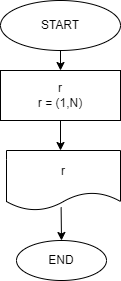
Veronika1488/Drow keeps this draw.io diagram as D.drawio.png. Above is the earlier version. Source tidied: cells renumbered, new cells last; positions are measured from the earlier drawing's top-left corner, leaving out a move shared by most shapes. Its diagram source:
```xml
<mxGraphModel>
  <root>
    <mxCell id="0" />
    <mxCell id="1" parent="0" />
    <mxCell id="2" style="edgeStyle=none;html=1;exitX=0.5;exitY=1;exitDx=0;exitDy=0;entryX=0.5;entryY=0;entryDx=0;entryDy=0;" parent="1" edge="1" source="3" target="7">
      <mxGeometry relative="1" as="geometry" />
    </mxCell>
    <mxCell id="3" value="START" style="ellipse;whiteSpace=wrap;html=1;" parent="1" vertex="1">
      <mxGeometry width="120" height="50" as="geometry" />
    </mxCell>
    <mxCell id="4" value="END" style="ellipse;whiteSpace=wrap;html=1;" parent="1" vertex="1">
      <mxGeometry x="16" y="240" width="90" height="40" as="geometry" />
    </mxCell>
    <mxCell id="5" value="r" style="shape=document;whiteSpace=wrap;html=1;boundedLbl=1;" parent="1" vertex="1">
      <mxGeometry x="6" y="150" width="114" height="60" as="geometry" />
    </mxCell>
    <mxCell id="6" style="edgeStyle=none;html=1;exitX=0.5;exitY=1;exitDx=0;exitDy=0;" parent="1" edge="1" source="7">
      <mxGeometry relative="1" as="geometry">
        <mxPoint x="60" y="150" as="targetPoint" />
      </mxGeometry>
    </mxCell>
    <mxCell id="7" value="r&lt;br&gt;r = (1,N)" style="rounded=0;whiteSpace=wrap;html=1;" parent="1" vertex="1">
      <mxGeometry y="70" width="120" height="50" as="geometry" />
    </mxCell>
    <mxCell id="8" style="endArrow=classic;html=1;exitX=0.479;exitY=0.947;exitDx=0;exitDy=0;exitPerimeter=0;entryX=0.5;entryY=0;entryDx=0;entryDy=0;" parent="1" edge="1" source="5" target="4">
      <mxGeometry relative="1" as="geometry" />
    </mxCell>
  </root>
</mxGraphModel>
```
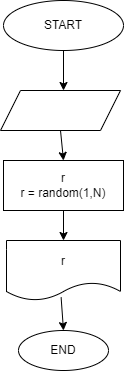
The same file after the commit.

What changed in the source:
```diff
@@ -2,28 +2,39 @@
   <root>
     <mxCell id="0" />
     <mxCell id="1" parent="0" />
-    <mxCell id="2" style="edgeStyle=none;html=1;exitX=0.5;exitY=1;exitDx=0;exitDy=0;entryX=0.5;entryY=0;entryDx=0;entryDy=0;" parent="1" edge="1" source="3" target="7">
-      <mxGeometry relative="1" as="geometry" />
+    <mxCell id="2" style="edgeStyle=none;html=1;exitX=0.5;exitY=1;exitDx=0;exitDy=0;" parent="1" edge="1" source="3">
+      <mxGeometry relative="1" as="geometry">
+        <mxPoint x="51" y="60" as="targetPoint" />
+      </mxGeometry>
     </mxCell>
     <mxCell id="3" value="START" style="ellipse;whiteSpace=wrap;html=1;" parent="1" vertex="1">
-      <mxGeometry width="120" height="50" as="geometry" />
+      <mxGeometry x="-9" y="-30" width="120" height="50" as="geometry" />
     </mxCell>
     <mxCell id="4" value="END" style="ellipse;whiteSpace=wrap;html=1;" parent="1" vertex="1">
-      <mxGeometry x="16" y="240" width="90" height="40" as="geometry" />
+      <mxGeometry x="6" y="300" width="90" height="40" as="geometry" />
     </mxCell>
     <mxCell id="5" value="r" style="shape=document;whiteSpace=wrap;html=1;boundedLbl=1;" parent="1" vertex="1">
-      <mxGeometry x="6" y="150" width="114" height="60" as="geometry" />
+      <mxGeometry x="-6" y="210" width="114" height="60" as="geometry" />
     </mxCell>
     <mxCell id="6" style="edgeStyle=none;html=1;exitX=0.5;exitY=1;exitDx=0;exitDy=0;" parent="1" edge="1" source="7">
       <mxGeometry relative="1" as="geometry">
         <mxPoint x="60" y="150" as="targetPoint" />
       </mxGeometry>
     </mxCell>
+    <mxCell id="9" style="edgeStyle=none;html=1;entryX=0.5;entryY=0;entryDx=0;entryDy=0;" parent="1" edge="1" source="7" target="5">
+      <mxGeometry relative="1" as="geometry" />
+    </mxCell>
-    <mxCell id="7" value="r&lt;br&gt;r = (1,N)" style="rounded=0;whiteSpace=wrap;html=1;" parent="1" vertex="1">
-      <mxGeometry y="70" width="120" height="50" as="geometry" />
+    <mxCell id="7" value="r&lt;br&gt;r = random(1,N)" style="rounded=0;whiteSpace=wrap;html=1;" parent="1" vertex="1">
+      <mxGeometry x="-9" y="130" width="120" height="50" as="geometry" />
     </mxCell>
     <mxCell id="8" style="endArrow=classic;html=1;exitX=0.479;exitY=0.947;exitDx=0;exitDy=0;exitPerimeter=0;entryX=0.5;entryY=0;entryDx=0;entryDy=0;" parent="1" edge="1" source="5" target="4">
       <mxGeometry relative="1" as="geometry" />
     </mxCell>
+    <mxCell id="10" style="edgeStyle=none;html=1;exitX=0.5;exitY=1;exitDx=0;exitDy=0;entryX=0.5;entryY=0;entryDx=0;entryDy=0;" parent="1" edge="1" source="11" target="7">
+      <mxGeometry relative="1" as="geometry" />
+    </mxCell>
+    <mxCell id="11" style="shape=parallelogram;perimeter=parallelogramPerimeter;whiteSpace=wrap;html=1;fixedSize=1;" parent="1" vertex="1">
+      <mxGeometry x="-12" y="60" width="120" height="40" as="geometry" />
+    </mxCell>
   </root>
 </mxGraphModel>
```
